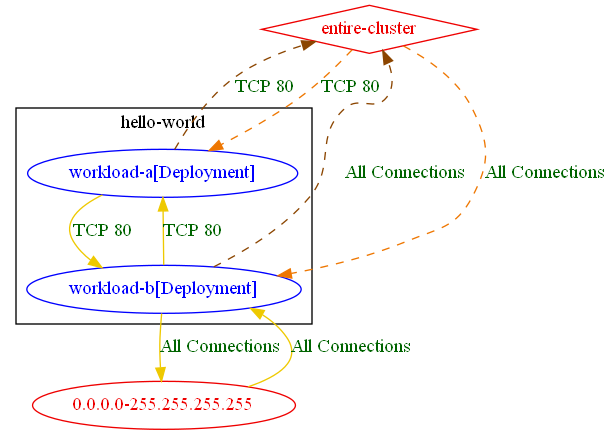
Before: test_outputs/connlist/exposure_test_with_anp_4_entire_cluster_example_exposure_output.dot.png, a diagram exported from Graphviz (np-guard/netpol-analyzer). Its source is kept beside it as test_outputs/connlist/exposure_test_with_anp_4_entire_cluster_example_exposure_output.dot.
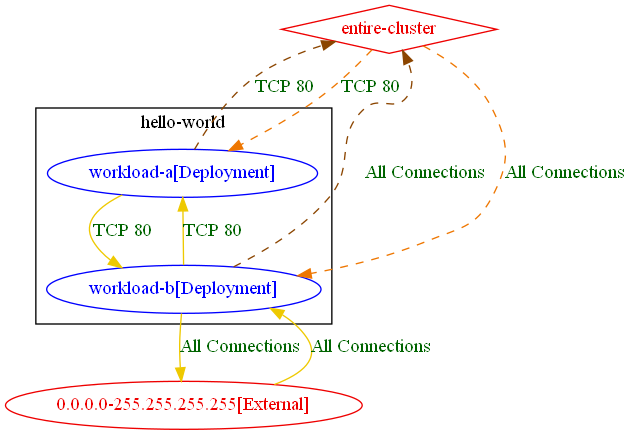
After the commit.

What changed in the source:
```diff
@@ -6,14 +6,14 @@
 		"hello-world/workload-b[Deployment]" [label="workload-b[Deployment]" color="blue" fontcolor="blue"]
 		label="hello-world"
 	}
-	"0.0.0.0-255.255.255.255" [label="0.0.0.0-255.255.255.255" color="red2" fontcolor="red2"]
+	"0.0.0.0-255.255.255.255[External]" [label="0.0.0.0-255.255.255.255[External]" color="red2" fontcolor="red2"]
 	"entire-cluster" [label="entire-cluster" color="red2" fontcolor="red2" shape=diamond]
-	"0.0.0.0-255.255.255.255" -> "hello-world/workload-b[Deployment]" [label="All Connections" color="gold2" fontcolor="darkgreen" weight=0.5]
+	"0.0.0.0-255.255.255.255[External]" -> "hello-world/workload-b[Deployment]" [label="All Connections" color="gold2" fontcolor="darkgreen" weight=0.5]
 	"entire-cluster" -> "hello-world/workload-a[Deployment]" [label="TCP 80" color="darkorange2" fontcolor="darkgreen" weight=1 style=dashed]
 	"entire-cluster" -> "hello-world/workload-b[Deployment]" [label="All Connections" color="darkorange2" fontcolor="darkgreen" weight=1 style=dashed]
 	"hello-world/workload-a[Deployment]" -> "entire-cluster" [label="TCP 80" color="darkorange4" fontcolor="darkgreen" weight=0.5 style=dashed]
 	"hello-world/workload-a[Deployment]" -> "hello-world/workload-b[Deployment]" [label="TCP 80" color="gold2" fontcolor="darkgreen" weight=0.5]
-	"hello-world/workload-b[Deployment]" -> "0.0.0.0-255.255.255.255" [label="All Connections" color="gold2" fontcolor="darkgreen" weight=1]
+	"hello-world/workload-b[Deployment]" -> "0.0.0.0-255.255.255.255[External]" [label="All Connections" color="gold2" fontcolor="darkgreen" weight=1]
 	"hello-world/workload-b[Deployment]" -> "entire-cluster" [label="All Connections" color="darkorange4" fontcolor="darkgreen" weight=0.5 style=dashed]
 	"hello-world/workload-b[Deployment]" -> "hello-world/workload-a[Deployment]" [label="TCP 80" color="gold2" fontcolor="darkgreen" weight=1]
 }
```
